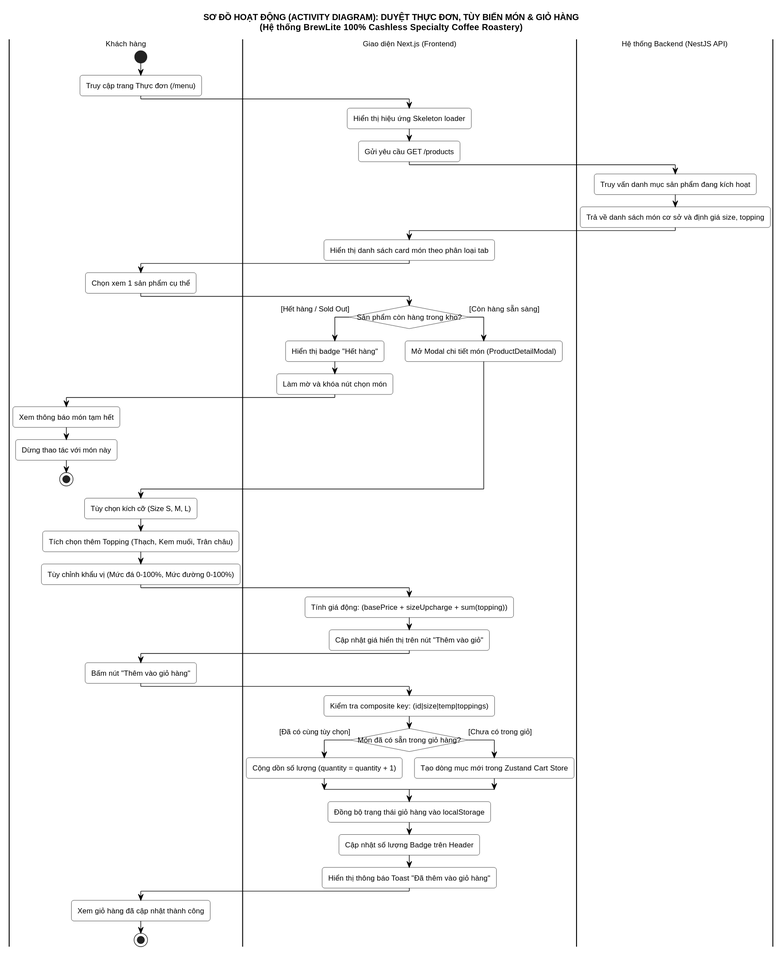
The PlantUML diagram docs/diagrams/activity-menu-cart.svg in MaGiaVy/BrewLite_project, before a commit.
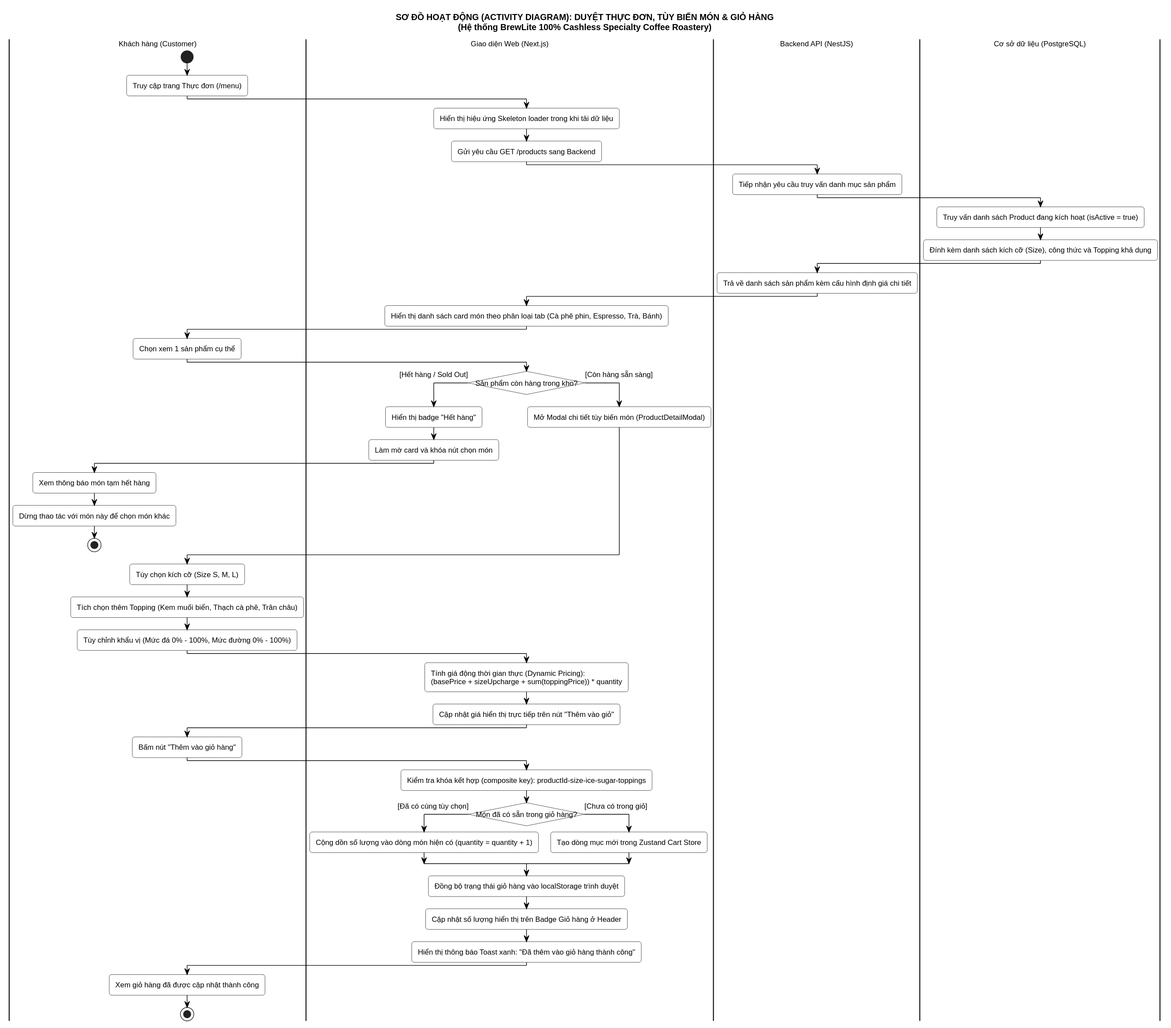
The same diagram one commit later.

Commit message:
docs(task-2.1): bổ sung sơ đồ hoạt động duyệt menu tùy biến món và giỏ hàng - Huỳnh Tuấn Kiệt

Diff of the diagram source:
```diff
@@ -19,67 +19,75 @@
 
 title SƠ ĐỒ HOẠT ĐỘNG (ACTIVITY DIAGRAM): DUYỆT THỰC ĐƠN, TÙY BIẾN MÓN & GIỎ HÀNG\n(Hệ thống BrewLite 100% Cashless Specialty Coffee Roastery)
 
-|#White|Khách hàng|
-|#White|Giao diện Next.js (Frontend)|
-|#White|Hệ thống Backend (NestJS API)|
+|#White|Khách hàng (Customer)|
+|#White|Giao diện Web (Next.js)|
+|#White|Backend API (NestJS)|
+|#White|Cơ sở dữ liệu (PostgreSQL)|
 
-|Khách hàng|
+|Khách hàng (Customer)|
 start
 :Truy cập trang Thực đơn (/menu);
 
-|Giao diện Next.js (Frontend)|
-:Hiển thị hiệu ứng Skeleton loader;
-:Gửi yêu cầu GET /products;
+|Giao diện Web (Next.js)|
+:Hiển thị hiệu ứng Skeleton loader trong khi tải dữ liệu;
+:Gửi yêu cầu GET /products sang Backend;
 
-|Hệ thống Backend (NestJS API)|
-:Truy vấn danh mục sản phẩm đang kích hoạt;
-:Trả về danh sách món cơ sở và định giá size, topping;
+|Backend API (NestJS)|
+:Tiếp nhận yêu cầu truy vấn danh mục sản phẩm;
 
-|Giao diện Next.js (Frontend)|
-:Hiển thị danh sách card món theo phân loại tab;
+|Cơ sở dữ liệu (PostgreSQL)|
+:Truy vấn danh sách Product đang kích hoạt (isActive = true);
+:Đính kèm danh sách kích cỡ (Size), công thức và Topping khả dụng;
 
-|Khách hàng|
+|Backend API (NestJS)|
+:Trả về danh sách sản phẩm kèm cấu hình định giá chi tiết;
+
+|Giao diện Web (Next.js)|
+:Hiển thị danh sách card món theo phân loại tab (Cà phê phin, Espresso, Trà, Bánh);
+
+|Khách hàng (Customer)|
 :Chọn xem 1 sản phẩm cụ thể;
 
-|Giao diện Next.js (Frontend)|
+|Giao diện Web (Next.js)|
 if (Sản phẩm còn hàng trong kho?) then ([Hết hàng / Sold Out])
     :Hiển thị badge "Hết hàng";
-    :Làm mờ và khóa nút chọn món;
-    |Khách hàng|
-    :Xem thông báo món tạm hết;
-    :Dừng thao tác với món này;
+    :Làm mờ card và khóa nút chọn món;
+    |Khách hàng (Customer)|
+    :Xem thông báo món tạm hết hàng;
+    :Dừng thao tác với món này để chọn món khác;
     stop
 else ([Còn hàng sẵn sàng])
-    |Giao diện Next.js (Frontend)|
-    :Mở Modal chi tiết món (ProductDetailModal);
+    |Giao diện Web (Next.js)|
+    :Mở Modal chi tiết tùy biến món (ProductDetailModal);
 endif
 
-|Khách hàng|
+|Khách hàng (Customer)|
 :Tùy chọn kích cỡ (Size S, M, L);
-:Tích chọn thêm Topping (Thạch, Kem muối, Trân châu);
-:Tùy chỉnh khẩu vị (Mức đá 0-100%, Mức đường 0-100%);
+:Tích chọn thêm Topping (Kem muối biển, Thạch cà phê, Trân châu);
+:Tùy chỉnh khẩu vị (Mức đá 0% - 100%, Mức đường 0% - 100%);
 
-|Giao diện Next.js (Frontend)|
-:Tính giá động: (basePrice + sizeUpcharge + sum(topping));
-:Cập nhật giá hiển thị trên nút "Thêm vào giỏ";
+|Giao diện Web (Next.js)|
+:Tính giá động thời gian thực (Dynamic Pricing):
+(basePrice + sizeUpcharge + sum(toppingPrice)) * quantity;
+:Cập nhật giá hiển thị trực tiếp trên nút "Thêm vào giỏ";
 
-|Khách hàng|
+|Khách hàng (Customer)|
 :Bấm nút "Thêm vào giỏ hàng";
 
-|Giao diện Next.js (Frontend)|
-:Kiểm tra composite key: (id|size|temp|toppings);
+|Giao diện Web (Next.js)|
+:Kiểm tra khóa kết hợp (composite key): productId-size-ice-sugar-toppings;
 
 if (Món đã có sẵn trong giỏ hàng?) then ([Đã có cùng tùy chọn])
-    :Cộng dồn số lượng (quantity = quantity + 1);
+    :Cộng dồn số lượng vào dòng món hiện có (quantity = quantity + 1);
 else ([Chưa có trong giỏ])
     :Tạo dòng mục mới trong Zustand Cart Store;
 endif
 
-:Đồng bộ trạng thái giỏ hàng vào localStorage;
-:Cập nhật số lượng Badge trên Header;
-:Hiển thị thông báo Toast "Đã thêm vào giỏ hàng";
+:Đồng bộ trạng thái giỏ hàng vào localStorage trình duyệt;
+:Cập nhật số lượng hiển thị trên Badge Giỏ hàng ở Header;
+:Hiển thị thông báo Toast xanh: "Đã thêm vào giỏ hàng thành công";
 
-|Khách hàng|
-:Xem giỏ hàng đã cập nhật thành công;
+|Khách hàng (Customer)|
+:Xem giỏ hàng đã được cập nhật thành công;
 stop
 @enduml
```
